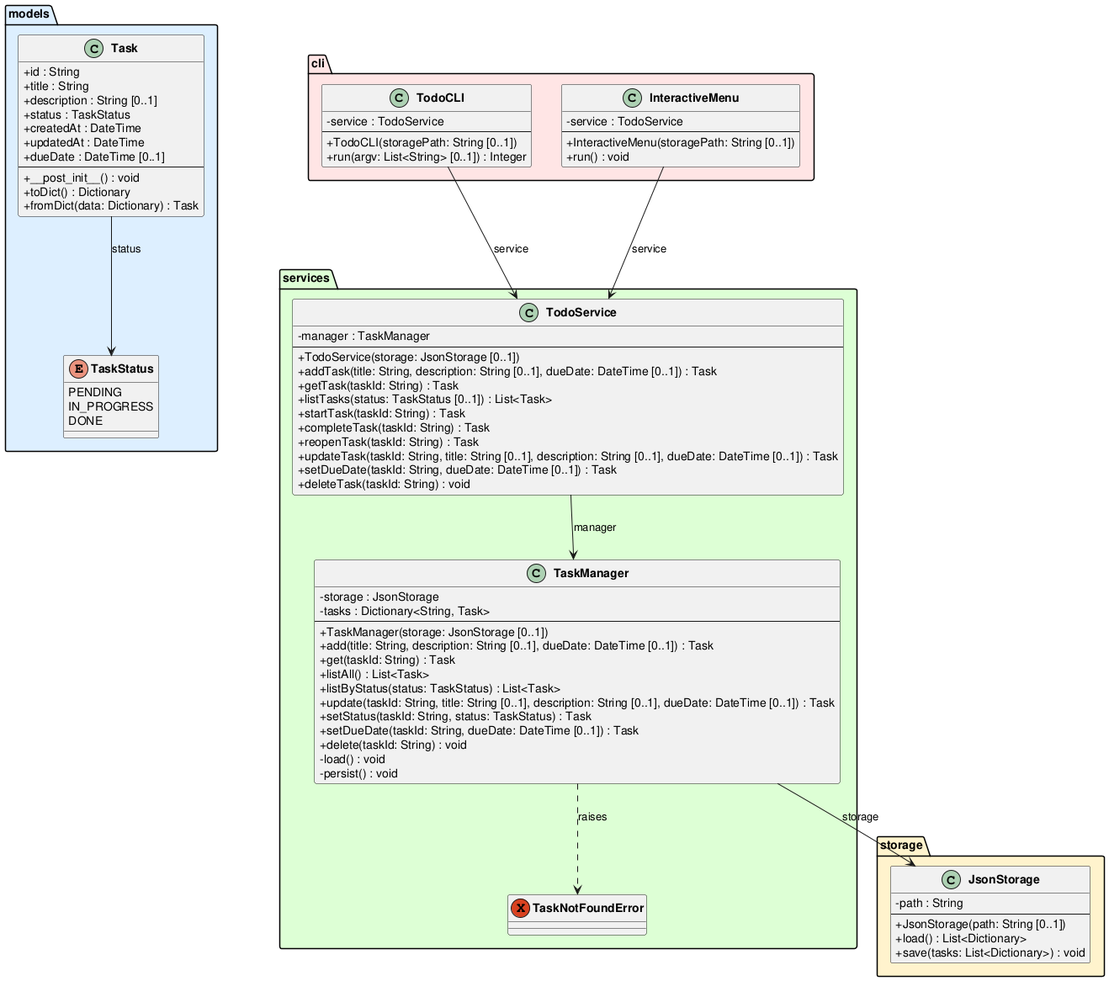
This is experiments/pipeline/user_stories/TODO/artifacts/class_diagram.png from DanielRiha8906/Software_autoevolution_using_agents, a PlantUML export, as it was before one commit.
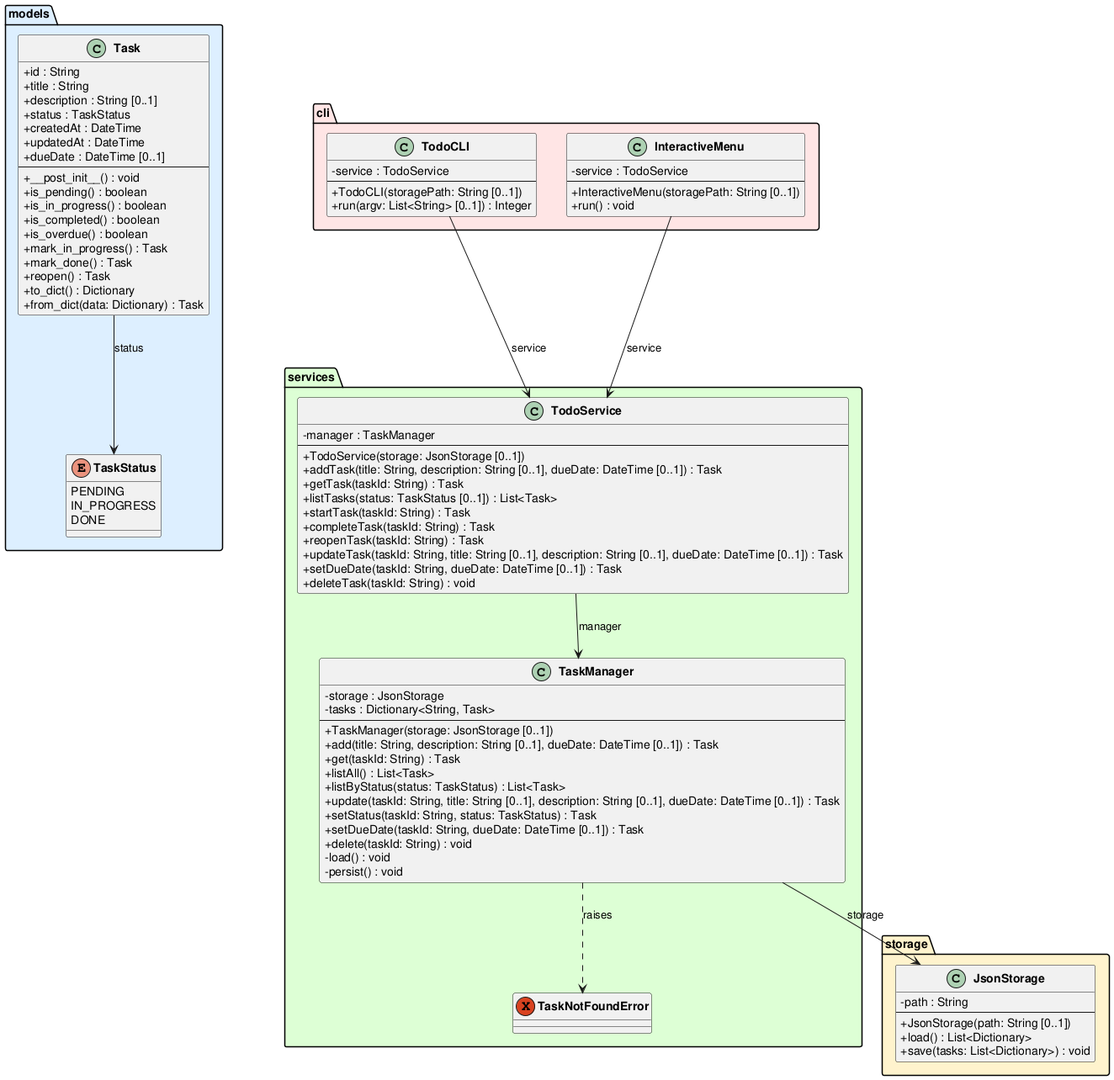
The same file after the commit.

What changed in the source:
```diff
@@ -20,8 +20,15 @@
         +dueDate : DateTime [0..1]
         --
         +__post_init__() : void
-        +toDict() : Dictionary
-        +fromDict(data: Dictionary) : Task
+        +is_pending() : boolean
+        +is_in_progress() : boolean
+        +is_completed() : boolean
+        +is_overdue() : boolean
+        +mark_in_progress() : Task
+        +mark_done() : Task
+        +reopen() : Task
+        +to_dict() : Dictionary
+        +from_dict(data: Dictionary) : Task
     }
 }
 
```
